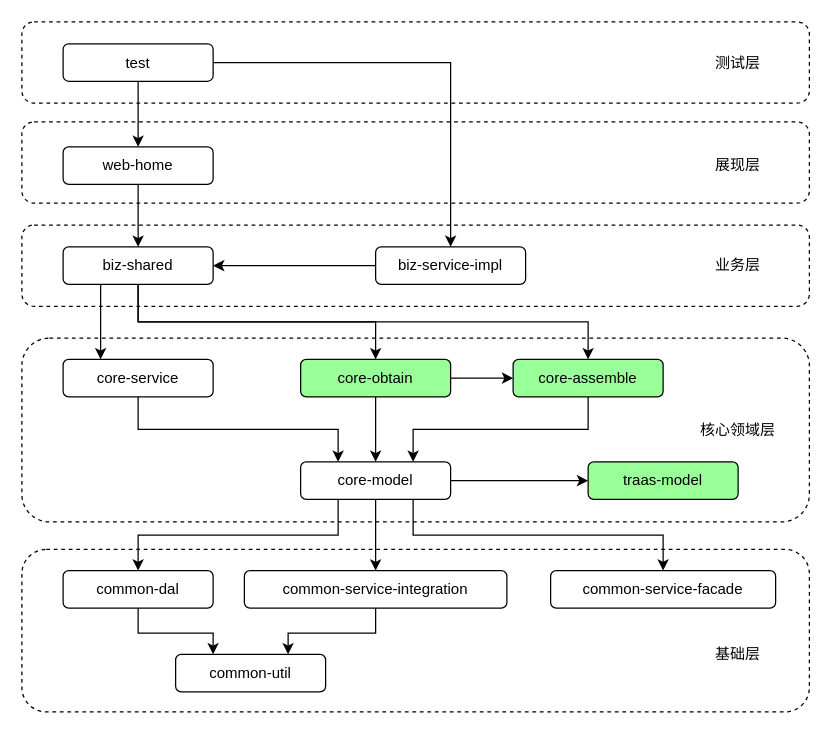
Before: RMC工程结构.drawio in frankneu/draw.io, a draw.io diagram. Source tidied: cells renumbered, new cells numbered last; positions are measured from the earlier drawing's top-left corner, leaving out a move shared by most shapes. Both pictures are drawn from the tidied source at 125%, with x=0, y=0 at pixel (21, 21).
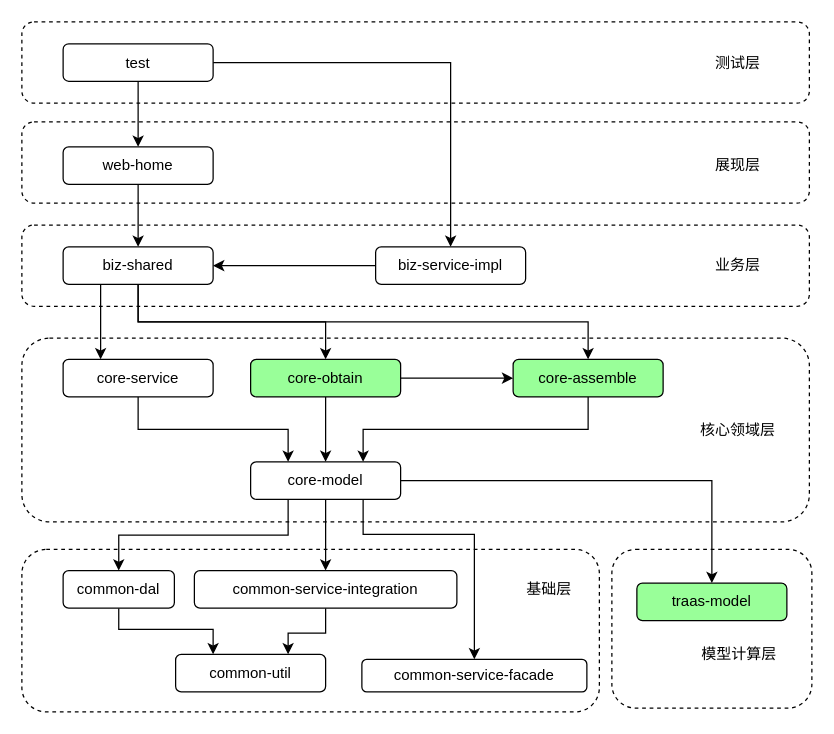
The same page after the edit.

Unchanged cells that the change refers to:
```xml
<mxCell id="36" value="common-util" style="rounded=1;whiteSpace=wrap;html=1;" parent="1" vertex="1">
  <mxGeometry x="123" y="506" width="120" height="30" as="geometry" />
</mxCell>
```

The edit, as a diff of the source:
```diff
@@
+    <mxCell id="42" style="rounded=1;whiteSpace=wrap;html=1;dashed=1;" parent="1" vertex="1">
+      <mxGeometry x="472" y="422" width="160" height="127" as="geometry" />
+    </mxCell>
@@
     <mxCell id="5" style="rounded=1;whiteSpace=wrap;html=1;dashed=1;" parent="1" vertex="1">
-      <mxGeometry y="422" width="630" height="130" as="geometry" />
+      <mxGeometry y="422" width="462" height="130" as="geometry" />
     </mxCell>
@@
     <mxCell id="22" value="core-obtain" style="rounded=1;whiteSpace=wrap;html=1;fillColor=#99FF99;" parent="1" vertex="1">
-      <mxGeometry x="223" y="270" width="120" height="30" as="geometry" />
+      <mxGeometry x="183" y="270" width="120" height="30" as="geometry" />
     </mxCell>
@@
-    <mxCell id="25" style="edgeStyle=orthogonalEdgeStyle;rounded=0;jettySize=auto;html=1;exitX=1;exitY=0.5;exitDx=0;exitDy=0;entryX=0;entryY=0.5;entryDx=0;entryDy=0;" parent="1" edge="1" source="29" target="30">
+    <mxCell id="25" style="edgeStyle=orthogonalEdgeStyle;rounded=0;jettySize=auto;html=1;exitX=1;exitY=0.5;exitDx=0;exitDy=0;entryX=0.5;entryY=0;entryDx=0;entryDy=0;" parent="1" edge="1" source="29" target="30">
       <mxGeometry relative="1" as="geometry" />
     </mxCell>
@@
     <mxCell id="28" style="edgeStyle=orthogonalEdgeStyle;rounded=0;jettySize=auto;html=1;exitX=0.75;exitY=1;exitDx=0;exitDy=0;entryX=0.5;entryY=0;entryDx=0;entryDy=0;" parent="1" edge="1" source="29" target="35">
-      <mxGeometry relative="1" as="geometry" />
+      <mxGeometry relative="1" as="geometry">
+        <Array as="points">
+          <mxPoint x="313" y="410" />
+          <mxPoint x="418" y="410" />
+        </Array>
+      </mxGeometry>
     </mxCell>
     <mxCell id="29" value="core-model" style="rounded=1;whiteSpace=wrap;html=1;" parent="1" vertex="1">
-      <mxGeometry x="223" y="352" width="120" height="30" as="geometry" />
+      <mxGeometry x="183" y="352" width="120" height="30" as="geometry" />
     </mxCell>
     <mxCell id="30" value="traas-model" style="rounded=1;whiteSpace=wrap;html=1;fillColor=#99FF99;" parent="1" vertex="1">
-      <mxGeometry x="453" y="352" width="120" height="30" as="geometry" />
+      <mxGeometry x="492" y="449" width="120" height="30" as="geometry" />
     </mxCell>
     <mxCell id="31" style="edgeStyle=orthogonalEdgeStyle;rounded=0;jettySize=auto;html=1;exitX=0.5;exitY=1;exitDx=0;exitDy=0;entryX=0.25;entryY=0;entryDx=0;entryDy=0;" parent="1" edge="1" source="32" target="36">
-      <mxGeometry relative="1" as="geometry" />
+      <mxGeometry relative="1" as="geometry">
+        <Array as="points">
+          <mxPoint x="78" y="486" />
+          <mxPoint x="153" y="486" />
+        </Array>
+      </mxGeometry>
     </mxCell>
     <mxCell id="32" value="common-dal" style="rounded=1;whiteSpace=wrap;html=1;" parent="1" vertex="1">
-      <mxGeometry x="33" y="439" width="120" height="30" as="geometry" />
+      <mxGeometry x="33" y="439" width="89" height="30" as="geometry" />
     </mxCell>
@@
     <mxCell id="34" value="common-service-integration" style="rounded=1;whiteSpace=wrap;html=1;" parent="1" vertex="1">
-      <mxGeometry x="178" y="439" width="210" height="30" as="geometry" />
+      <mxGeometry x="138" y="439" width="210" height="30" as="geometry" />
     </mxCell>
     <mxCell id="35" value="common-service-facade" style="rounded=1;whiteSpace=wrap;html=1;" parent="1" vertex="1">
-      <mxGeometry x="423" y="439" width="180" height="30" as="geometry" />
+      <mxGeometry x="272" y="510" width="180" height="26" as="geometry" />
     </mxCell>
@@
     <mxCell id="41" value="基础层" style="text;html=1;align=left;verticalAlign=top;spacingTop=-4;" parent="1" vertex="1">
-      <mxGeometry x="553" y="496" width="50" height="20" as="geometry" />
+      <mxGeometry x="402" y="444" width="50" height="20" as="geometry" />
     </mxCell>
+    <mxCell id="43" value="模型计算层" style="text;html=1;align=left;verticalAlign=top;spacingTop=-4;" parent="1" vertex="1">
+      <mxGeometry x="542" y="496" width="80" height="20" as="geometry" />
+    </mxCell>
```
